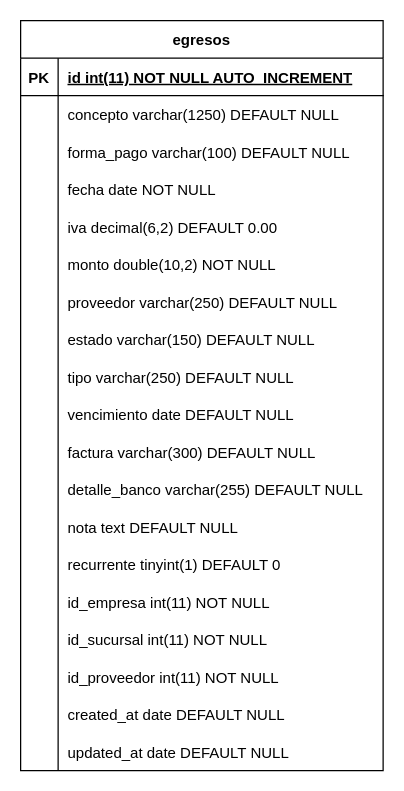
Before: page "Gastos" (5 of 9) of Docs/Diagrama ER.drawio in smartpyme-app/smartpyme, a draw.io diagram. Source tidied: cells renumbered, new cells numbered last; positions are measured from the earlier drawing's top-left corner, leaving out a move shared by most shapes. Both pictures are drawn from the tidied source at 125%, with x=0, y=0 at pixel (20, 20).
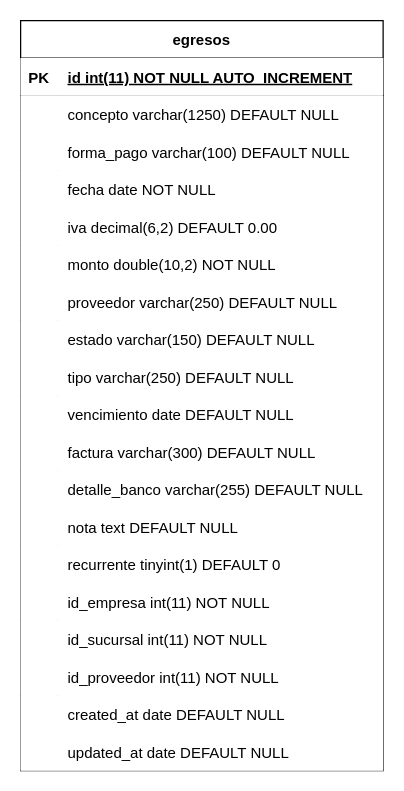
The same diagram, later.

Unchanged cells that the change refers to:
```xml
<mxCell id="2" value="egresos" style="shape=table;startSize=30;childLayout=tableLayout;rowLines=0;fontStyle=1;align=center;" parent="1" vertex="1">
  <mxGeometry width="290" height="600" as="geometry" />
</mxCell>
```

Change to the diagram source:
```diff
@@
-    <mxCell id="3" style="shape=tableRow;horizontal=0;startSize=0;swimlaneHead=0;swimlaneBody=0;fillColor=none;strokeColor=inherit;top=0;left=0;right=0;bottom=1;" parent="2" vertex="1">
+    <mxCell id="3" style="shape=tableRow;horizontal=0;startSize=0;swimlaneHead=0;swimlaneBody=0;top=0;left=0;right=0;bottom=1;" parent="2" vertex="1">
       <mxGeometry y="30" width="290" height="30" as="geometry" />
     </mxCell>
-    <mxCell id="4" value="PK" style="shape=partialRectangle;overflow=hidden;fillColor=none;strokeColor=inherit;top=0;left=0;bottom=0;right=0;fontStyle=1;" parent="3" vertex="1">
+    <mxCell id="4" value="PK" style="shape=partialRectangle;overflow=hidden;top=0;left=0;bottom=0;right=0;fontStyle=1;" parent="3" vertex="1">
       <mxGeometry width="30" height="30" as="geometry" />
     </mxCell>
-    <mxCell id="5" value="id int(11) NOT NULL AUTO_INCREMENT " style="shape=partialRectangle;overflow=hidden;fillColor=none;align=left;strokeColor=inherit;top=0;left=0;bottom=0;right=0;spacingLeft=6;fontStyle=5;" parent="3" vertex="1">
+    <mxCell id="5" value="id int(11) NOT NULL AUTO_INCREMENT " style="shape=partialRectangle;overflow=hidden;align=left;top=0;left=0;bottom=0;right=0;spacingLeft=6;fontStyle=5;" parent="3" vertex="1">
       <mxGeometry x="30" width="260" height="30" as="geometry" />
     </mxCell>
-    <mxCell id="6" style="shape=tableRow;horizontal=0;startSize=0;swimlaneHead=0;swimlaneBody=0;fillColor=none;strokeColor=inherit;top=0;left=0;right=0;bottom=0;" parent="2" vertex="1">
+    <mxCell id="6" style="shape=tableRow;horizontal=0;startSize=0;swimlaneHead=0;swimlaneBody=0;top=0;left=0;right=0;bottom=0;" parent="2" vertex="1">
       <mxGeometry y="60" width="290" height="30" as="geometry" />
     </mxCell>
-    <mxCell id="7" style="shape=partialRectangle;overflow=hidden;fillColor=none;strokeColor=inherit;top=0;left=0;bottom=0;right=0;" parent="6" vertex="1">
+    <mxCell id="7" style="shape=partialRectangle;overflow=hidden;top=0;left=0;bottom=0;right=0;" parent="6" vertex="1">
       <mxGeometry width="30" height="30" as="geometry" />
     </mxCell>
-    <mxCell id="8" value="concepto varchar(1250) DEFAULT NULL" style="shape=partialRectangle;overflow=hidden;fillColor=none;align=left;strokeColor=inherit;top=0;left=0;bottom=0;right=0;spacingLeft=6;" parent="6" vertex="1">
+    <mxCell id="8" value="concepto varchar(1250) DEFAULT NULL" style="shape=partialRectangle;overflow=hidden;align=left;top=0;left=0;bottom=0;right=0;spacingLeft=6;" parent="6" vertex="1">
       <mxGeometry x="30" width="260" height="30" as="geometry" />
     </mxCell>
-    <mxCell id="9" style="shape=tableRow;horizontal=0;startSize=0;swimlaneHead=0;swimlaneBody=0;fillColor=none;strokeColor=inherit;top=0;left=0;right=0;bottom=0;" parent="2" vertex="1">
+    <mxCell id="9" style="shape=tableRow;horizontal=0;startSize=0;swimlaneHead=0;swimlaneBody=0;top=0;left=0;right=0;bottom=0;" parent="2" vertex="1">
       <mxGeometry y="90" width="290" height="30" as="geometry" />
     </mxCell>
-    <mxCell id="10" style="shape=partialRectangle;overflow=hidden;fillColor=none;strokeColor=inherit;top=0;left=0;bottom=0;right=0;" parent="9" vertex="1">
+    <mxCell id="10" style="shape=partialRectangle;overflow=hidden;top=0;left=0;bottom=0;right=0;" parent="9" vertex="1">
       <mxGeometry width="30" height="30" as="geometry" />
     </mxCell>
-    <mxCell id="11" value="forma_pago varchar(100) DEFAULT NULL" style="shape=partialRectangle;overflow=hidden;fillColor=none;align=left;strokeColor=inherit;top=0;left=0;bottom=0;right=0;spacingLeft=6;" parent="9" vertex="1">
+    <mxCell id="11" value="forma_pago varchar(100) DEFAULT NULL" style="shape=partialRectangle;overflow=hidden;align=left;top=0;left=0;bottom=0;right=0;spacingLeft=6;" parent="9" vertex="1">
       <mxGeometry x="30" width="260" height="30" as="geometry" />
     </mxCell>
-    <mxCell id="12" style="shape=tableRow;horizontal=0;startSize=0;swimlaneHead=0;swimlaneBody=0;fillColor=none;strokeColor=inherit;top=0;left=0;right=0;bottom=0;" parent="2" vertex="1">
+    <mxCell id="12" style="shape=tableRow;horizontal=0;startSize=0;swimlaneHead=0;swimlaneBody=0;top=0;left=0;right=0;bottom=0;" parent="2" vertex="1">
       <mxGeometry y="120" width="290" height="30" as="geometry" />
     </mxCell>
-    <mxCell id="13" style="shape=partialRectangle;overflow=hidden;fillColor=none;strokeColor=inherit;top=0;left=0;bottom=0;right=0;" parent="12" vertex="1">
+    <mxCell id="13" style="shape=partialRectangle;overflow=hidden;top=0;left=0;bottom=0;right=0;" parent="12" vertex="1">
       <mxGeometry width="30" height="30" as="geometry" />
     </mxCell>
-    <mxCell id="14" value="fecha date NOT NULL" style="shape=partialRectangle;overflow=hidden;fillColor=none;align=left;strokeColor=inherit;top=0;left=0;bottom=0;right=0;spacingLeft=6;" parent="12" vertex="1">
+    <mxCell id="14" value="fecha date NOT NULL" style="shape=partialRectangle;overflow=hidden;align=left;top=0;left=0;bottom=0;right=0;spacingLeft=6;" parent="12" vertex="1">
       <mxGeometry x="30" width="260" height="30" as="geometry" />
     </mxCell>
-    <mxCell id="15" style="shape=tableRow;horizontal=0;startSize=0;swimlaneHead=0;swimlaneBody=0;fillColor=none;strokeColor=inherit;top=0;left=0;right=0;bottom=0;" parent="2" vertex="1">
+    <mxCell id="15" style="shape=tableRow;horizontal=0;startSize=0;swimlaneHead=0;swimlaneBody=0;top=0;left=0;right=0;bottom=0;" parent="2" vertex="1">
       <mxGeometry y="150" width="290" height="30" as="geometry" />
     </mxCell>
-    <mxCell id="16" style="shape=partialRectangle;overflow=hidden;fillColor=none;strokeColor=inherit;top=0;left=0;bottom=0;right=0;" parent="15" vertex="1">
+    <mxCell id="16" style="shape=partialRectangle;overflow=hidden;top=0;left=0;bottom=0;right=0;" parent="15" vertex="1">
       <mxGeometry width="30" height="30" as="geometry" />
     </mxCell>
-    <mxCell id="17" value="iva decimal(6,2) DEFAULT 0.00" style="shape=partialRectangle;overflow=hidden;fillColor=none;align=left;strokeColor=inherit;top=0;left=0;bottom=0;right=0;spacingLeft=6;" parent="15" vertex="1">
+    <mxCell id="17" value="iva decimal(6,2) DEFAULT 0.00" style="shape=partialRectangle;overflow=hidden;align=left;top=0;left=0;bottom=0;right=0;spacingLeft=6;" parent="15" vertex="1">
       <mxGeometry x="30" width="260" height="30" as="geometry" />
     </mxCell>
-    <mxCell id="18" style="shape=tableRow;horizontal=0;startSize=0;swimlaneHead=0;swimlaneBody=0;fillColor=none;strokeColor=inherit;top=0;left=0;right=0;bottom=0;" parent="2" vertex="1">
+    <mxCell id="18" style="shape=tableRow;horizontal=0;startSize=0;swimlaneHead=0;swimlaneBody=0;top=0;left=0;right=0;bottom=0;" parent="2" vertex="1">
       <mxGeometry y="180" width="290" height="30" as="geometry" />
     </mxCell>
-    <mxCell id="19" style="shape=partialRectangle;overflow=hidden;fillColor=none;strokeColor=inherit;top=0;left=0;bottom=0;right=0;" parent="18" vertex="1">
+    <mxCell id="19" style="shape=partialRectangle;overflow=hidden;top=0;left=0;bottom=0;right=0;" parent="18" vertex="1">
       <mxGeometry width="30" height="30" as="geometry" />
     </mxCell>
-    <mxCell id="20" value="monto double(10,2) NOT NULL" style="shape=partialRectangle;overflow=hidden;fillColor=none;align=left;strokeColor=inherit;top=0;left=0;bottom=0;right=0;spacingLeft=6;" parent="18" vertex="1">
+    <mxCell id="20" value="monto double(10,2) NOT NULL" style="shape=partialRectangle;overflow=hidden;align=left;top=0;left=0;bottom=0;right=0;spacingLeft=6;" parent="18" vertex="1">
       <mxGeometry x="30" width="260" height="30" as="geometry" />
     </mxCell>
-    <mxCell id="21" style="shape=tableRow;horizontal=0;startSize=0;swimlaneHead=0;swimlaneBody=0;fillColor=none;strokeColor=inherit;top=0;left=0;right=0;bottom=0;" parent="2" vertex="1">
+    <mxCell id="21" style="shape=tableRow;horizontal=0;startSize=0;swimlaneHead=0;swimlaneBody=0;top=0;left=0;right=0;bottom=0;" parent="2" vertex="1">
       <mxGeometry y="210" width="290" height="30" as="geometry" />
     </mxCell>
-    <mxCell id="22" style="shape=partialRectangle;overflow=hidden;fillColor=none;strokeColor=inherit;top=0;left=0;bottom=0;right=0;" parent="21" vertex="1">
+    <mxCell id="22" style="shape=partialRectangle;overflow=hidden;top=0;left=0;bottom=0;right=0;" parent="21" vertex="1">
       <mxGeometry width="30" height="30" as="geometry" />
     </mxCell>
-    <mxCell id="23" value="proveedor varchar(250) DEFAULT NULL" style="shape=partialRectangle;overflow=hidden;fillColor=none;align=left;strokeColor=inherit;top=0;left=0;bottom=0;right=0;spacingLeft=6;" parent="21" vertex="1">
+    <mxCell id="23" value="proveedor varchar(250) DEFAULT NULL" style="shape=partialRectangle;overflow=hidden;align=left;top=0;left=0;bottom=0;right=0;spacingLeft=6;" parent="21" vertex="1">
       <mxGeometry x="30" width="260" height="30" as="geometry" />
     </mxCell>
-    <mxCell id="24" style="shape=tableRow;horizontal=0;startSize=0;swimlaneHead=0;swimlaneBody=0;fillColor=none;strokeColor=inherit;top=0;left=0;right=0;bottom=0;" parent="2" vertex="1">
+    <mxCell id="24" style="shape=tableRow;horizontal=0;startSize=0;swimlaneHead=0;swimlaneBody=0;top=0;left=0;right=0;bottom=0;" parent="2" vertex="1">
       <mxGeometry y="240" width="290" height="30" as="geometry" />
     </mxCell>
-    <mxCell id="25" style="shape=partialRectangle;overflow=hidden;fillColor=none;strokeColor=inherit;top=0;left=0;bottom=0;right=0;" parent="24" vertex="1">
+    <mxCell id="25" style="shape=partialRectangle;overflow=hidden;top=0;left=0;bottom=0;right=0;" parent="24" vertex="1">
       <mxGeometry width="30" height="30" as="geometry" />
     </mxCell>
-    <mxCell id="26" value="estado varchar(150) DEFAULT NULL" style="shape=partialRectangle;overflow=hidden;fillColor=none;align=left;strokeColor=inherit;top=0;left=0;bottom=0;right=0;spacingLeft=6;" parent="24" vertex="1">
+    <mxCell id="26" value="estado varchar(150) DEFAULT NULL" style="shape=partialRectangle;overflow=hidden;align=left;top=0;left=0;bottom=0;right=0;spacingLeft=6;" parent="24" vertex="1">
       <mxGeometry x="30" width="260" height="30" as="geometry" />
     </mxCell>
-    <mxCell id="27" style="shape=tableRow;horizontal=0;startSize=0;swimlaneHead=0;swimlaneBody=0;fillColor=none;strokeColor=inherit;top=0;left=0;right=0;bottom=0;" parent="2" vertex="1">
+    <mxCell id="27" style="shape=tableRow;horizontal=0;startSize=0;swimlaneHead=0;swimlaneBody=0;top=0;left=0;right=0;bottom=0;" parent="2" vertex="1">
       <mxGeometry y="270" width="290" height="30" as="geometry" />
     </mxCell>
-    <mxCell id="28" style="shape=partialRectangle;overflow=hidden;fillColor=none;strokeColor=inherit;top=0;left=0;bottom=0;right=0;" parent="27" vertex="1">
+    <mxCell id="28" style="shape=partialRectangle;overflow=hidden;top=0;left=0;bottom=0;right=0;" parent="27" vertex="1">
       <mxGeometry width="30" height="30" as="geometry" />
     </mxCell>
-    <mxCell id="29" value="tipo varchar(250) DEFAULT NULL" style="shape=partialRectangle;overflow=hidden;fillColor=none;align=left;strokeColor=inherit;top=0;left=0;bottom=0;right=0;spacingLeft=6;" parent="27" vertex="1">
+    <mxCell id="29" value="tipo varchar(250) DEFAULT NULL" style="shape=partialRectangle;overflow=hidden;align=left;top=0;left=0;bottom=0;right=0;spacingLeft=6;" parent="27" vertex="1">
       <mxGeometry x="30" width="260" height="30" as="geometry" />
     </mxCell>
-    <mxCell id="30" style="shape=tableRow;horizontal=0;startSize=0;swimlaneHead=0;swimlaneBody=0;fillColor=none;strokeColor=inherit;top=0;left=0;right=0;bottom=0;" parent="2" vertex="1">
+    <mxCell id="30" style="shape=tableRow;horizontal=0;startSize=0;swimlaneHead=0;swimlaneBody=0;top=0;left=0;right=0;bottom=0;" parent="2" vertex="1">
       <mxGeometry y="300" width="290" height="30" as="geometry" />
     </mxCell>
-    <mxCell id="31" style="shape=partialRectangle;overflow=hidden;fillColor=none;strokeColor=inherit;top=0;left=0;bottom=0;right=0;" parent="30" vertex="1">
+    <mxCell id="31" style="shape=partialRectangle;overflow=hidden;top=0;left=0;bottom=0;right=0;" parent="30" vertex="1">
       <mxGeometry width="30" height="30" as="geometry" />
     </mxCell>
-    <mxCell id="32" value="vencimiento date DEFAULT NULL" style="shape=partialRectangle;overflow=hidden;fillColor=none;align=left;strokeColor=inherit;top=0;left=0;bottom=0;right=0;spacingLeft=6;" parent="30" vertex="1">
+    <mxCell id="32" value="vencimiento date DEFAULT NULL" style="shape=partialRectangle;overflow=hidden;align=left;top=0;left=0;bottom=0;right=0;spacingLeft=6;" parent="30" vertex="1">
       <mxGeometry x="30" width="260" height="30" as="geometry" />
     </mxCell>
-    <mxCell id="33" style="shape=tableRow;horizontal=0;startSize=0;swimlaneHead=0;swimlaneBody=0;fillColor=none;strokeColor=inherit;top=0;left=0;right=0;bottom=0;" parent="2" vertex="1">
+    <mxCell id="33" style="shape=tableRow;horizontal=0;startSize=0;swimlaneHead=0;swimlaneBody=0;top=0;left=0;right=0;bottom=0;" parent="2" vertex="1">
       <mxGeometry y="330" width="290" height="30" as="geometry" />
     </mxCell>
-    <mxCell id="34" style="shape=partialRectangle;overflow=hidden;fillColor=none;strokeColor=inherit;top=0;left=0;bottom=0;right=0;" parent="33" vertex="1">
+    <mxCell id="34" style="shape=partialRectangle;overflow=hidden;top=0;left=0;bottom=0;right=0;" parent="33" vertex="1">
       <mxGeometry width="30" height="30" as="geometry" />
     </mxCell>
-    <mxCell id="35" value="factura varchar(300) DEFAULT NULL" style="shape=partialRectangle;overflow=hidden;fillColor=none;align=left;strokeColor=inherit;top=0;left=0;bottom=0;right=0;spacingLeft=6;" parent="33" vertex="1">
+    <mxCell id="35" value="factura varchar(300) DEFAULT NULL" style="shape=partialRectangle;overflow=hidden;align=left;top=0;left=0;bottom=0;right=0;spacingLeft=6;" parent="33" vertex="1">
       <mxGeometry x="30" width="260" height="30" as="geometry" />
     </mxCell>
-    <mxCell id="36" style="shape=tableRow;horizontal=0;startSize=0;swimlaneHead=0;swimlaneBody=0;fillColor=none;strokeColor=inherit;top=0;left=0;right=0;bottom=0;" parent="2" vertex="1">
+    <mxCell id="36" style="shape=tableRow;horizontal=0;startSize=0;swimlaneHead=0;swimlaneBody=0;top=0;left=0;right=0;bottom=0;" parent="2" vertex="1">
       <mxGeometry y="360" width="290" height="30" as="geometry" />
     </mxCell>
-    <mxCell id="37" style="shape=partialRectangle;overflow=hidden;fillColor=none;strokeColor=inherit;top=0;left=0;bottom=0;right=0;" parent="36" vertex="1">
+    <mxCell id="37" style="shape=partialRectangle;overflow=hidden;top=0;left=0;bottom=0;right=0;" parent="36" vertex="1">
       <mxGeometry width="30" height="30" as="geometry" />
     </mxCell>
-    <mxCell id="38" value="detalle_banco varchar(255) DEFAULT NULL" style="shape=partialRectangle;overflow=hidden;fillColor=none;align=left;strokeColor=inherit;top=0;left=0;bottom=0;right=0;spacingLeft=6;" parent="36" vertex="1">
+    <mxCell id="38" value="detalle_banco varchar(255) DEFAULT NULL" style="shape=partialRectangle;overflow=hidden;align=left;top=0;left=0;bottom=0;right=0;spacingLeft=6;" parent="36" vertex="1">
       <mxGeometry x="30" width="260" height="30" as="geometry" />
     </mxCell>
-    <mxCell id="39" style="shape=tableRow;horizontal=0;startSize=0;swimlaneHead=0;swimlaneBody=0;fillColor=none;strokeColor=inherit;top=0;left=0;right=0;bottom=0;" parent="2" vertex="1">
+    <mxCell id="39" style="shape=tableRow;horizontal=0;startSize=0;swimlaneHead=0;swimlaneBody=0;top=0;left=0;right=0;bottom=0;" parent="2" vertex="1">
       <mxGeometry y="390" width="290" height="30" as="geometry" />
     </mxCell>
-    <mxCell id="40" style="shape=partialRectangle;overflow=hidden;fillColor=none;strokeColor=inherit;top=0;left=0;bottom=0;right=0;" parent="39" vertex="1">
+    <mxCell id="40" style="shape=partialRectangle;overflow=hidden;top=0;left=0;bottom=0;right=0;" parent="39" vertex="1">
       <mxGeometry width="30" height="30" as="geometry" />
     </mxCell>
-    <mxCell id="41" value="nota text DEFAULT NULL" style="shape=partialRectangle;overflow=hidden;fillColor=none;align=left;strokeColor=inherit;top=0;left=0;bottom=0;right=0;spacingLeft=6;" parent="39" vertex="1">
+    <mxCell id="41" value="nota text DEFAULT NULL" style="shape=partialRectangle;overflow=hidden;align=left;top=0;left=0;bottom=0;right=0;spacingLeft=6;" parent="39" vertex="1">
       <mxGeometry x="30" width="260" height="30" as="geometry" />
     </mxCell>
-    <mxCell id="42" style="shape=tableRow;horizontal=0;startSize=0;swimlaneHead=0;swimlaneBody=0;fillColor=none;strokeColor=inherit;top=0;left=0;right=0;bottom=0;" parent="2" vertex="1">
+    <mxCell id="42" style="shape=tableRow;horizontal=0;startSize=0;swimlaneHead=0;swimlaneBody=0;top=0;left=0;right=0;bottom=0;" parent="2" vertex="1">
       <mxGeometry y="420" width="290" height="30" as="geometry" />
     </mxCell>
-    <mxCell id="43" style="shape=partialRectangle;overflow=hidden;fillColor=none;strokeColor=inherit;top=0;left=0;bottom=0;right=0;" parent="42" vertex="1">
+    <mxCell id="43" style="shape=partialRectangle;overflow=hidden;top=0;left=0;bottom=0;right=0;" parent="42" vertex="1">
       <mxGeometry width="30" height="30" as="geometry" />
     </mxCell>
-    <mxCell id="44" value="recurrente tinyint(1) DEFAULT 0" style="shape=partialRectangle;overflow=hidden;fillColor=none;align=left;strokeColor=inherit;top=0;left=0;bottom=0;right=0;spacingLeft=6;" parent="42" vertex="1">
+    <mxCell id="44" value="recurrente tinyint(1) DEFAULT 0" style="shape=partialRectangle;overflow=hidden;align=left;top=0;left=0;bottom=0;right=0;spacingLeft=6;" parent="42" vertex="1">
       <mxGeometry x="30" width="260" height="30" as="geometry" />
     </mxCell>
-    <mxCell id="45" style="shape=tableRow;horizontal=0;startSize=0;swimlaneHead=0;swimlaneBody=0;fillColor=none;strokeColor=inherit;top=0;left=0;right=0;bottom=0;" parent="2" vertex="1">
+    <mxCell id="45" style="shape=tableRow;horizontal=0;startSize=0;swimlaneHead=0;swimlaneBody=0;top=0;left=0;right=0;bottom=0;" parent="2" vertex="1">
       <mxGeometry y="450" width="290" height="30" as="geometry" />
     </mxCell>
-    <mxCell id="46" style="shape=partialRectangle;overflow=hidden;fillColor=none;strokeColor=inherit;top=0;left=0;bottom=0;right=0;" parent="45" vertex="1">
+    <mxCell id="46" style="shape=partialRectangle;overflow=hidden;top=0;left=0;bottom=0;right=0;" parent="45" vertex="1">
       <mxGeometry width="30" height="30" as="geometry" />
     </mxCell>
-    <mxCell id="47" value="id_empresa int(11) NOT NULL" style="shape=partialRectangle;overflow=hidden;fillColor=none;align=left;strokeColor=inherit;top=0;left=0;bottom=0;right=0;spacingLeft=6;" parent="45" vertex="1">
+    <mxCell id="47" value="id_empresa int(11) NOT NULL" style="shape=partialRectangle;overflow=hidden;align=left;top=0;left=0;bottom=0;right=0;spacingLeft=6;" parent="45" vertex="1">
       <mxGeometry x="30" width="260" height="30" as="geometry" />
     </mxCell>
-    <mxCell id="48" style="shape=tableRow;horizontal=0;startSize=0;swimlaneHead=0;swimlaneBody=0;fillColor=none;strokeColor=inherit;top=0;left=0;right=0;bottom=0;" parent="2" vertex="1">
+    <mxCell id="48" style="shape=tableRow;horizontal=0;startSize=0;swimlaneHead=0;swimlaneBody=0;top=0;left=0;right=0;bottom=0;" parent="2" vertex="1">
       <mxGeometry y="480" width="290" height="30" as="geometry" />
     </mxCell>
-    <mxCell id="49" style="shape=partialRectangle;overflow=hidden;fillColor=none;strokeColor=inherit;top=0;left=0;bottom=0;right=0;" parent="48" vertex="1">
+    <mxCell id="49" style="shape=partialRectangle;overflow=hidden;top=0;left=0;bottom=0;right=0;" parent="48" vertex="1">
       <mxGeometry width="30" height="30" as="geometry" />
     </mxCell>
-    <mxCell id="50" value="id_sucursal int(11) NOT NULL" style="shape=partialRectangle;overflow=hidden;fillColor=none;align=left;strokeColor=inherit;top=0;left=0;bottom=0;right=0;spacingLeft=6;" parent="48" vertex="1">
+    <mxCell id="50" value="id_sucursal int(11) NOT NULL" style="shape=partialRectangle;overflow=hidden;align=left;top=0;left=0;bottom=0;right=0;spacingLeft=6;" parent="48" vertex="1">
       <mxGeometry x="30" width="260" height="30" as="geometry" />
     </mxCell>
-    <mxCell id="51" style="shape=tableRow;horizontal=0;startSize=0;swimlaneHead=0;swimlaneBody=0;fillColor=none;strokeColor=inherit;top=0;left=0;right=0;bottom=0;" parent="2" vertex="1">
+    <mxCell id="51" style="shape=tableRow;horizontal=0;startSize=0;swimlaneHead=0;swimlaneBody=0;top=0;left=0;right=0;bottom=0;" parent="2" vertex="1">
       <mxGeometry y="510" width="290" height="30" as="geometry" />
     </mxCell>
-    <mxCell id="52" style="shape=partialRectangle;overflow=hidden;fillColor=none;strokeColor=inherit;top=0;left=0;bottom=0;right=0;" parent="51" vertex="1">
+    <mxCell id="52" style="shape=partialRectangle;overflow=hidden;top=0;left=0;bottom=0;right=0;" parent="51" vertex="1">
       <mxGeometry width="30" height="30" as="geometry" />
     </mxCell>
-    <mxCell id="53" value="id_proveedor int(11) NOT NULL" style="shape=partialRectangle;overflow=hidden;fillColor=none;align=left;strokeColor=inherit;top=0;left=0;bottom=0;right=0;spacingLeft=6;" parent="51" vertex="1">
+    <mxCell id="53" value="id_proveedor int(11) NOT NULL" style="shape=partialRectangle;overflow=hidden;align=left;top=0;left=0;bottom=0;right=0;spacingLeft=6;" parent="51" vertex="1">
       <mxGeometry x="30" width="260" height="30" as="geometry" />
     </mxCell>
-    <mxCell id="54" style="shape=tableRow;horizontal=0;startSize=0;swimlaneHead=0;swimlaneBody=0;fillColor=none;strokeColor=inherit;top=0;left=0;right=0;bottom=0;" parent="2" vertex="1">
+    <mxCell id="54" style="shape=tableRow;horizontal=0;startSize=0;swimlaneHead=0;swimlaneBody=0;top=0;left=0;right=0;bottom=0;" parent="2" vertex="1">
       <mxGeometry y="540" width="290" height="30" as="geometry" />
     </mxCell>
-    <mxCell id="55" style="shape=partialRectangle;overflow=hidden;fillColor=none;strokeColor=inherit;top=0;left=0;bottom=0;right=0;" parent="54" vertex="1">
+    <mxCell id="55" style="shape=partialRectangle;overflow=hidden;top=0;left=0;bottom=0;right=0;" parent="54" vertex="1">
       <mxGeometry width="30" height="30" as="geometry" />
     </mxCell>
-    <mxCell id="56" value="created_at date DEFAULT NULL" style="shape=partialRectangle;overflow=hidden;fillColor=none;align=left;strokeColor=inherit;top=0;left=0;bottom=0;right=0;spacingLeft=6;" parent="54" vertex="1">
+    <mxCell id="56" value="created_at date DEFAULT NULL" style="shape=partialRectangle;overflow=hidden;align=left;top=0;left=0;bottom=0;right=0;spacingLeft=6;" parent="54" vertex="1">
       <mxGeometry x="30" width="260" height="30" as="geometry" />
     </mxCell>
-    <mxCell id="57" style="shape=tableRow;horizontal=0;startSize=0;swimlaneHead=0;swimlaneBody=0;fillColor=none;strokeColor=inherit;top=0;left=0;right=0;bottom=0;" parent="2" vertex="1">
+    <mxCell id="57" style="shape=tableRow;horizontal=0;startSize=0;swimlaneHead=0;swimlaneBody=0;top=0;left=0;right=0;bottom=0;" parent="2" vertex="1">
       <mxGeometry y="570" width="290" height="30" as="geometry" />
     </mxCell>
-    <mxCell id="58" style="shape=partialRectangle;overflow=hidden;fillColor=none;strokeColor=inherit;top=0;left=0;bottom=0;right=0;" parent="57" vertex="1">
+    <mxCell id="58" style="shape=partialRectangle;overflow=hidden;top=0;left=0;bottom=0;right=0;" parent="57" vertex="1">
       <mxGeometry width="30" height="30" as="geometry" />
     </mxCell>
-    <mxCell id="59" value="updated_at date DEFAULT NULL" style="shape=partialRectangle;overflow=hidden;fillColor=none;align=left;strokeColor=inherit;top=0;left=0;bottom=0;right=0;spacingLeft=6;" parent="57" vertex="1">
+    <mxCell id="59" value="updated_at date DEFAULT NULL" style="shape=partialRectangle;overflow=hidden;align=left;top=0;left=0;bottom=0;right=0;spacingLeft=6;" parent="57" vertex="1">
       <mxGeometry x="30" width="260" height="30" as="geometry" />
     </mxCell>
```
